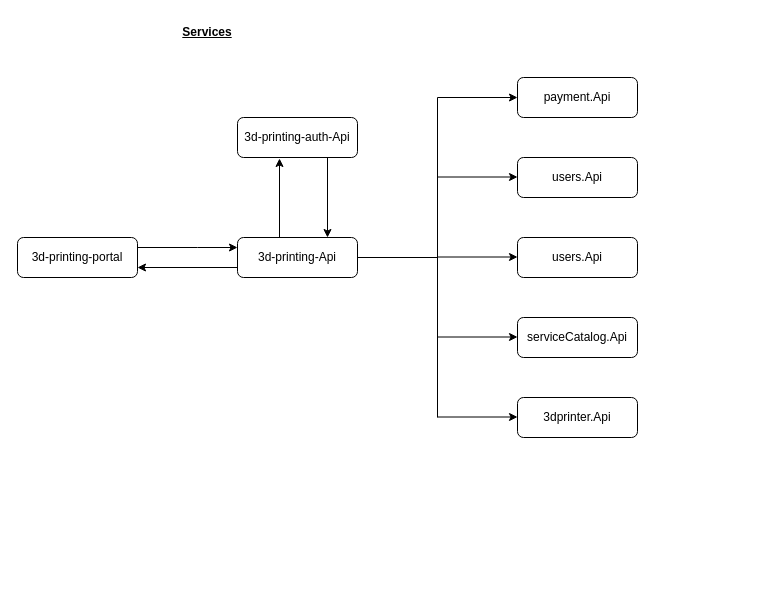
SifisoMzansi/architecture-diagrams keeps this draw.io diagram as 3dPrintingApplicationDesign.drawio. Above is the earlier version. Source tidied: cells renumbered, new cells numbered last; positions are measured from the earlier drawing's top-left corner, leaving out a move shared by most shapes. Both pictures are drawn from the tidied source at 100%, with x=0, y=0 at pixel (17, 17).
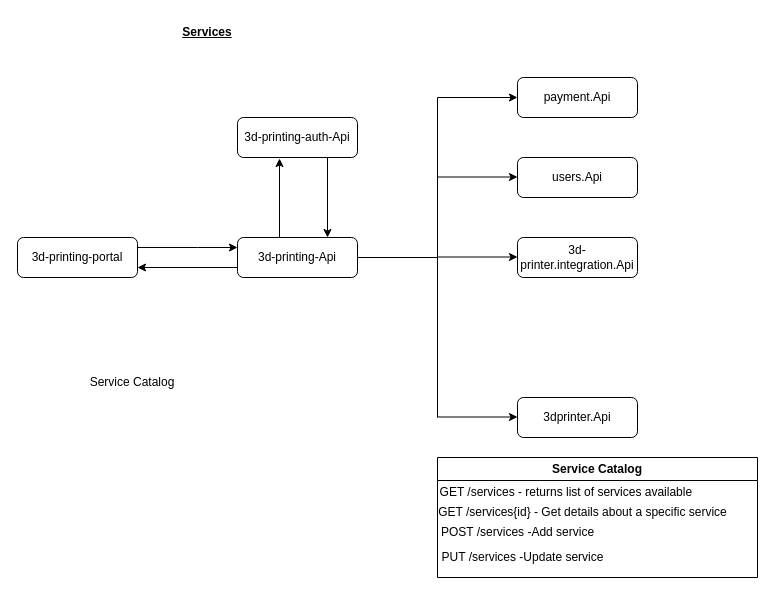
After the change.

What changed in the source:
```diff
@@
-    <mxCell id="10" value="users.Api" style="rounded=1;whiteSpace=wrap;html=1;" parent="1" vertex="1">
-      <mxGeometry x="500" y="220" width="120" height="40" as="geometry" />
-    </mxCell>
-    <mxCell id="11" value="serviceCatalog.Api" style="rounded=1;whiteSpace=wrap;html=1;" parent="1" vertex="1">
-      <mxGeometry x="500" y="300" width="120" height="40" as="geometry" />
-    </mxCell>
@@
-    <mxCell id="16" style="endArrow=classic;html=1;rounded=0;entryX=0;entryY=0.5;entryDx=0;entryDy=0;" parent="1" edge="1">
-      <mxGeometry relative="1" as="geometry">
-        <mxPoint x="420" y="239.5" as="sourcePoint" />
-        <mxPoint x="500" y="239.5" as="targetPoint" />
-      </mxGeometry>
-    </mxCell>
-    <mxCell id="17" style="endArrow=classic;html=1;rounded=0;entryX=0;entryY=0.5;entryDx=0;entryDy=0;" parent="1" edge="1">
-      <mxGeometry relative="1" as="geometry">
-        <mxPoint x="420" y="319.5" as="sourcePoint" />
-        <mxPoint x="500" y="319.5" as="targetPoint" />
-      </mxGeometry>
-    </mxCell>
@@
+    <mxCell id="22" value="3d-printer.integration.Api" style="rounded=1;whiteSpace=wrap;html=1;" parent="1" vertex="1">
+      <mxGeometry x="500" y="220" width="120" height="40" as="geometry" />
+    </mxCell>
+    <mxCell id="23" style="endArrow=classic;html=1;rounded=0;entryX=0;entryY=0.5;entryDx=0;entryDy=0;" parent="1" edge="1">
+      <mxGeometry relative="1" as="geometry">
+        <mxPoint x="420" y="239.5" as="sourcePoint" />
+        <mxPoint x="500" y="239.5" as="targetPoint" />
+      </mxGeometry>
+    </mxCell>
+    <mxCell id="24" value="Service Catalog" style="text;html=1;align=center;verticalAlign=middle;whiteSpace=wrap;rounded=0;" parent="1" vertex="1">
+      <mxGeometry x="40" y="350" width="150" height="30" as="geometry" />
+    </mxCell>
+    <mxCell id="25" value="Service Catalog" style="swimlane;whiteSpace=wrap;html=1;" parent="1" vertex="1">
+      <mxGeometry x="420" y="440" width="320" height="120" as="geometry" />
+    </mxCell>
+    <mxCell id="26" value="GET /services{id} -&amp;nbsp;Get details about a specific service" style="text;html=1;align=center;verticalAlign=middle;strokeColor=none;fillColor=none;" parent="25" vertex="1">
+      <mxGeometry x="-10" y="40" width="310" height="30" as="geometry" />
+    </mxCell>
+    <mxCell id="27" value="GET /services - returns list of services available&amp;nbsp;" style="text;html=1;align=center;verticalAlign=middle;strokeColor=none;fillColor=none;" parent="25" vertex="1">
+      <mxGeometry x="-10" y="20" width="280" height="30" as="geometry" />
+    </mxCell>
+    <mxCell id="28" value="POST /services -Add service" style="text;html=1;align=center;verticalAlign=middle;strokeColor=none;fillColor=none;" parent="25" vertex="1">
+      <mxGeometry x="-10" y="60" width="180" height="30" as="geometry" />
+    </mxCell>
+    <mxCell id="29" value="PUT /services -Update service" style="text;html=1;align=center;verticalAlign=middle;strokeColor=none;fillColor=none;" parent="25" vertex="1">
+      <mxGeometry x="-10" y="85" width="190" height="30" as="geometry" />
+    </mxCell>
```
